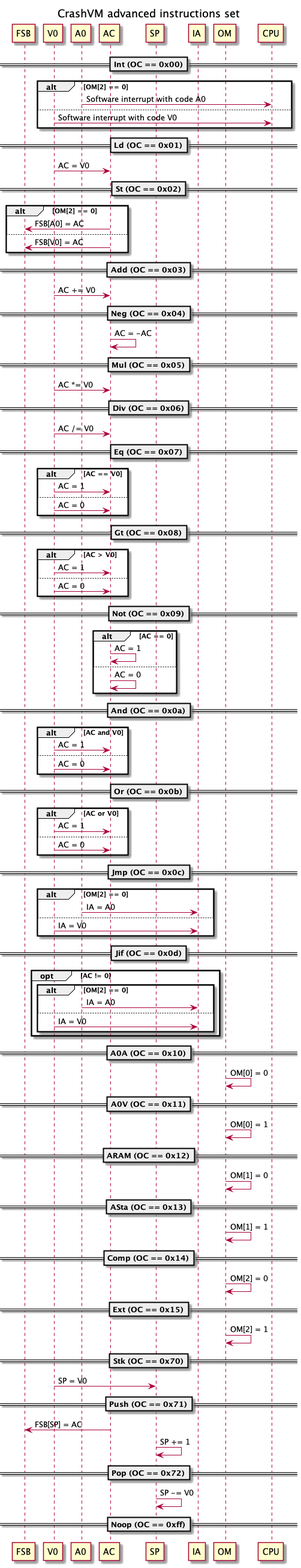
The PlantUML diagram doc/advanced_instructions.png in hypafrag/crash-vm, before a commit.
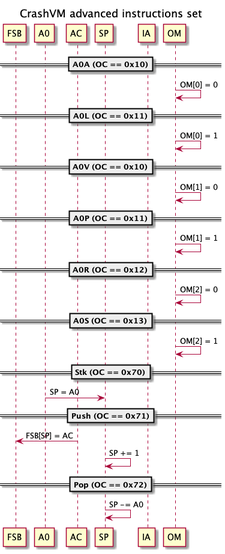
The same file after the commit.

The edit, as a diff of the source:
```diff
@@ -2,108 +2,32 @@
 title CrashVM advanced instructions set
 
 participant FSB
-participant V0
 participant A0
 participant AC
 participant SP
 participant IA
 participant OM
 
-==Int (OC == 0x00)==
-alt OM[2] == 0
-    A0 -> CPU: Software interrupt with code A0
-else
-    V0 -> CPU: Software interrupt with code V0
-end
-
-==Ld (OC == 0x01)==
-V0 -> AC: AC = V0
-==St (OC == 0x02)==
-alt OM[2] == 0
-    FSB <- AC: FSB[A0] = AC
-else
-    FSB <- AC: FSB[V0] = AC
-end
-
-==Add (OC == 0x03)==
-V0 -> AC: AC += V0
-==Neg (OC == 0x04)==
-AC -> AC: AC = -AC
-
-==Mul (OC == 0x05)==
-V0 -> AC: AC *= V0
-==Div (OC == 0x06)==
-V0 -> AC: AC /= V0
-
-==Eq (OC == 0x07)==
-alt AC == V0
-    V0 -> AC: AC = 1
-else
-    V0 -> AC: AC = 0
-end
-==Gt (OC == 0x08)==
-alt AC > V0
-    V0 -> AC: AC = 1
-else
-    V0 -> AC: AC = 0
-end
-
-==Not (OC == 0x09)==
-alt AC == 0
-    AC -> AC: AC = 1
-else
-    AC -> AC: AC = 0
-end
-==And (OC == 0x0a)==
-alt AC and V0
-    V0 -> AC: AC = 1
-else
-    V0 -> AC: AC = 0
-end
-==Or (OC == 0x0b)==
-alt AC or V0
-    V0 -> AC: AC = 1
-else
-    V0 -> AC: AC = 0
-end
-
-==Jmp (OC == 0x0c)==
-alt OM[2] == 0
-    A0 -> IA: IA = A0
-else
-    V0 -> IA: IA = V0
-end
-==Jif (OC == 0x0d)==
-opt AC != 0
-    alt OM[2] == 0
-        A0 -> IA: IA = A0
-    else
-        V0 -> IA: IA = V0
-    end
-end
-
 ==A0A (OC == 0x10)==
 OM -> OM: OM[0] = 0
-==A0V (OC == 0x11)==
+==A0L (OC == 0x11)==
 OM -> OM: OM[0] = 1
-==ARAM (OC == 0x12)==
+==A0V (OC == 0x10)==
 OM -> OM: OM[1] = 0
-==ASta (OC == 0x13)==
+==A0P (OC == 0x11)==
 OM -> OM: OM[1] = 1
-==Comp (OC == 0x14)==
+==A0R (OC == 0x12)==
 OM -> OM: OM[2] = 0
-==Ext (OC == 0x15)==
+==A0S (OC == 0x13)==
 OM -> OM: OM[2] = 1
 
 ==Stk (OC == 0x70)==
-V0 -> SP: SP = V0
+A0 -> SP: SP = A0
 
 ==Push (OC == 0x71)==
 FSB <- AC: FSB[SP] = AC
 SP -> SP: SP += 1
 ==Pop (OC == 0x72)==
-SP -> SP: SP -= V0
-
-==Noop (OC == 0xff)==
+SP -> SP: SP -= A0
 
 @enduml
```
